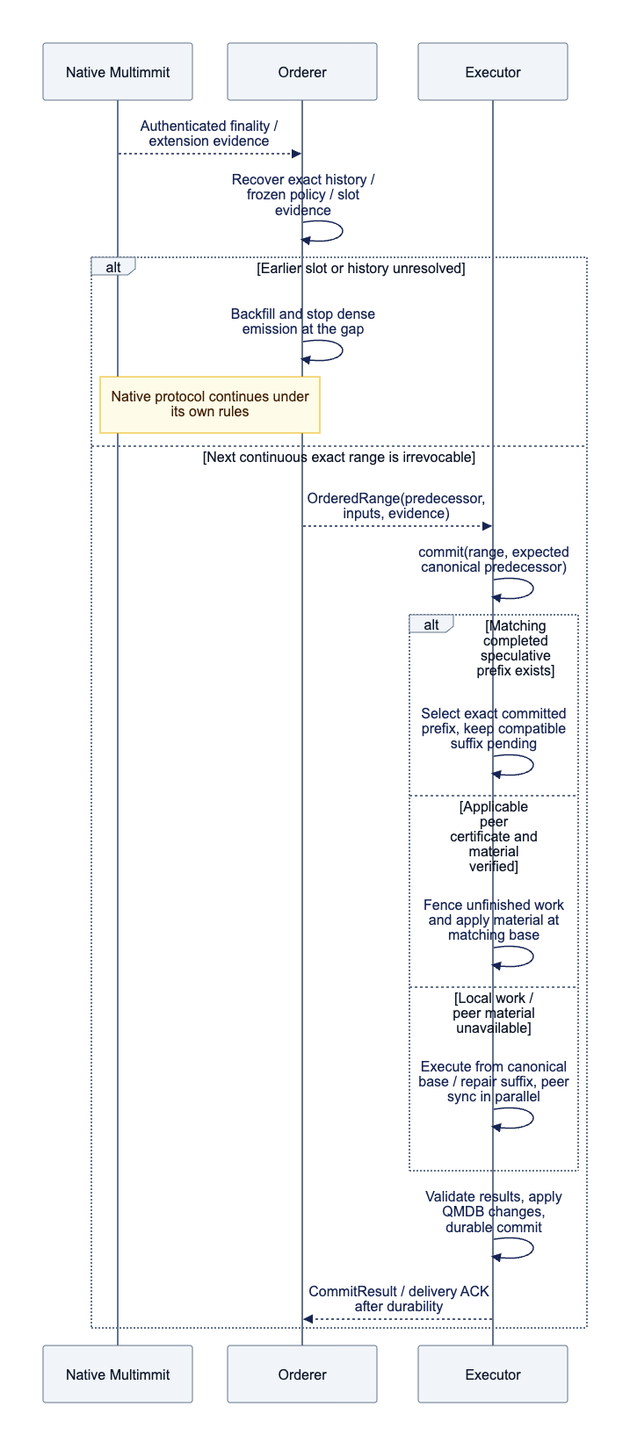
The Mermaid diagram docs/assets/diagrams/diagram-08.png in djm07073/baton-research, before a commit. Its source is kept beside it as docs/assets/diagrams/diagram-08.mmd.
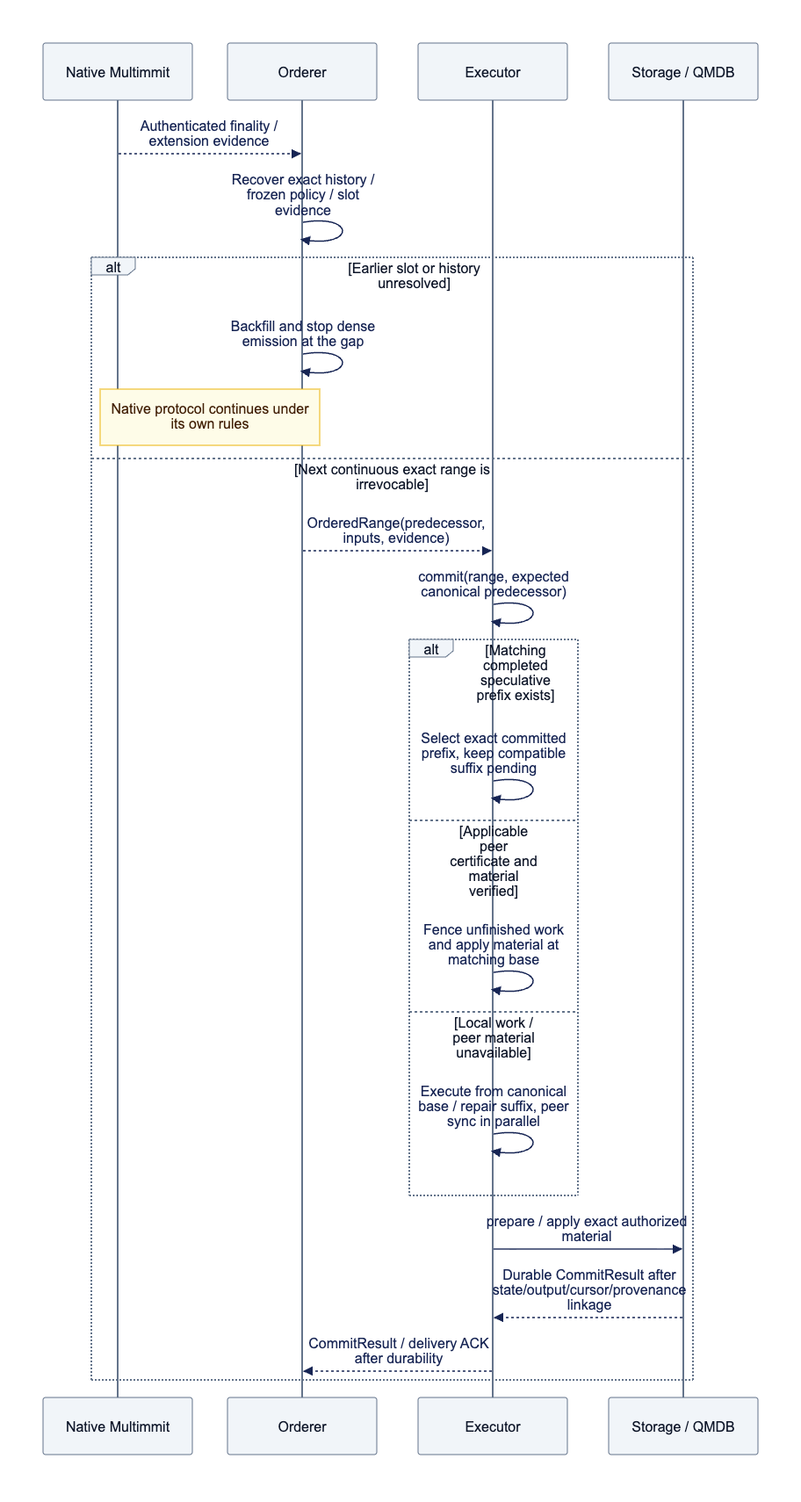
Above is the later version.

Change to the diagram source:
```diff
@@ -2,6 +2,7 @@
     participant N as Native Multimmit
     participant M as Orderer
     participant E as Executor
+    participant S as Storage / QMDB
     N-->>M: Authenticated finality / extension evidence
     M->>M: Recover exact history / frozen policy / slot evidence
     alt Earlier slot or history unresolved
@@ -17,6 +18,7 @@
         else Local work / peer material unavailable
             E->>E: Execute from canonical base / repair suffix, peer sync in parallel
         end
-        E->>E: Validate results, apply QMDB changes, durable commit
+        E->>S: prepare / apply exact authorized material
+        S-->>E: Durable CommitResult after state/output/cursor/provenance linkage
         E-->>M: CommitResult / delivery ACK after durability
     end
```
